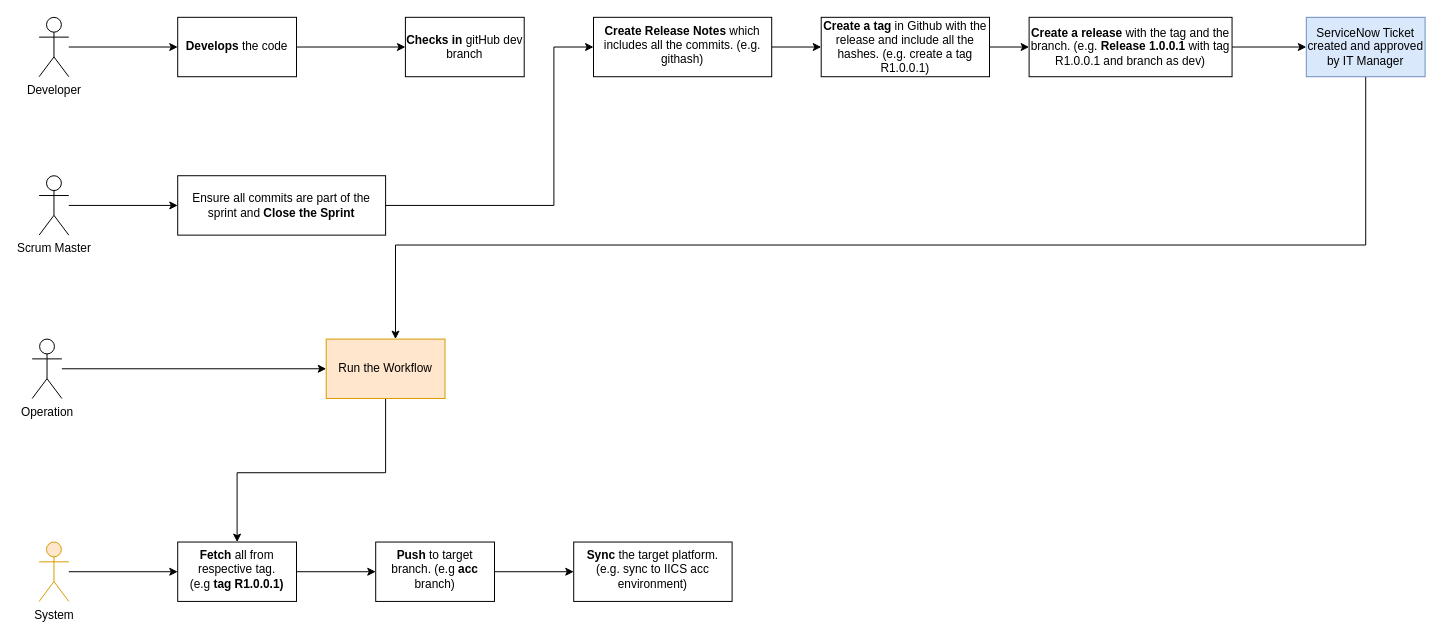
Earlier version of the draw.io diagram page "CI-CD-Workflow" (25 of 25) of OT.drawio (biswarup81/drawings). Source tidied: cells renumbered, new cells numbered last; positions are measured from the earlier drawing's top-left corner, leaving out a move shared by most shapes. Both pictures are drawn from the tidied source at 99%, with x=0, y=0 at pixel (32, 17).
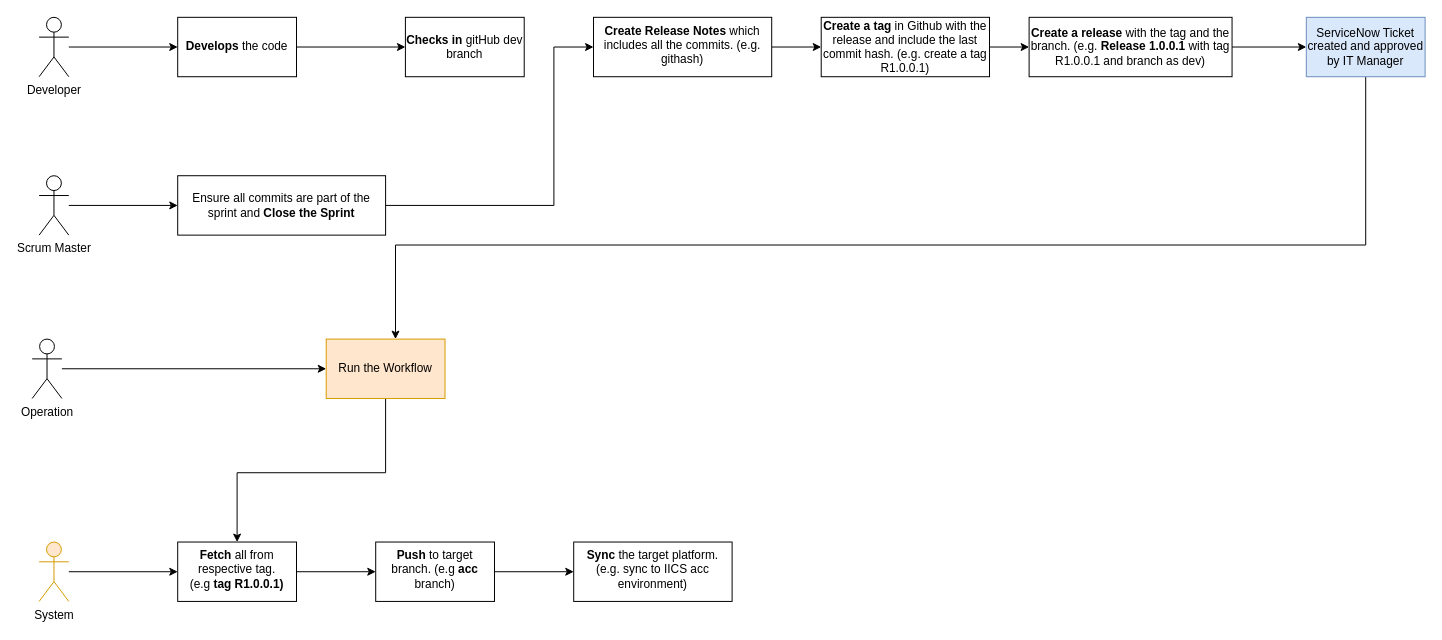
Above is the later version.

Change to the diagram source:
```diff
@@
-    <mxCell id="14" value="&lt;b&gt;Create a tag&lt;/b&gt; in Github with the release and include all the hashes. (e.g. create a tag R1.0.0.1)" style="whiteSpace=wrap;html=1;" parent="1" vertex="1">
+    <mxCell id="14" value="&lt;b&gt;Create a tag&lt;/b&gt; in Github with the release and include the last commit hash. (e.g. create a tag R1.0.0.1)" style="whiteSpace=wrap;html=1;" parent="1" vertex="1">
       <mxGeometry x="797" width="170" height="60" as="geometry" />
     </mxCell>
```
